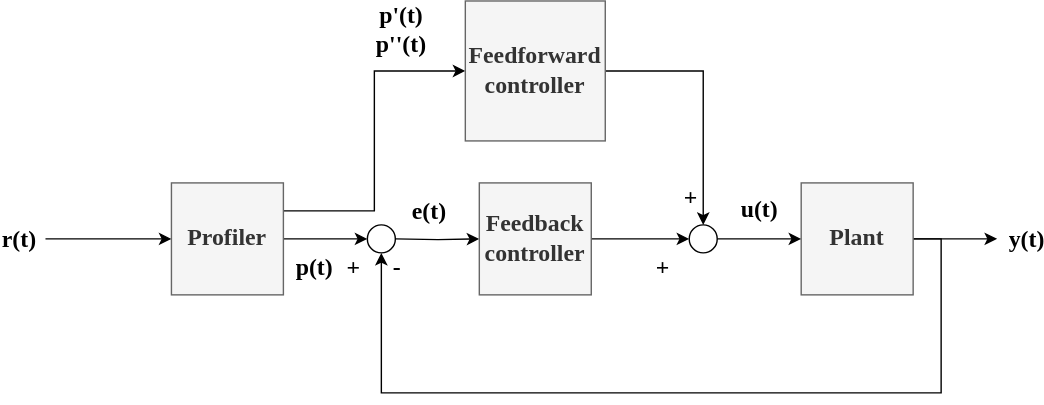
Before: source/docs/software/advanced-controls/introduction/images/control-system-basics-ctrl-plus-plant-plus-profiler.drawio.svg, a diagram exported from draw.io (wpilibsuite/frc-docs). Source tidied: cells renumbered, new cells last; positions are measured from the earlier drawing's top-left corner, leaving out a move shared by most shapes.
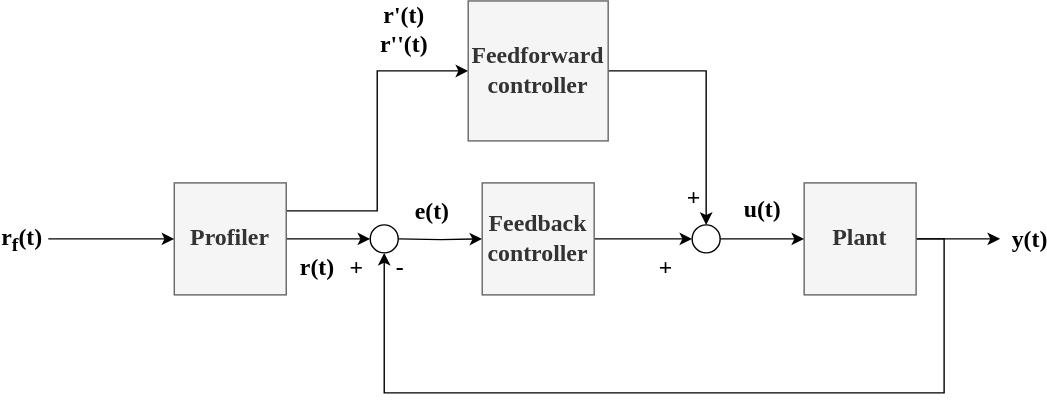
Later version of the same file.

Commit message:
reworked naming of signals

What changed in the source:
```diff
@@ -18,7 +18,7 @@
     <mxCell id="5" value="&lt;span style=&quot;color: rgba(0, 0, 0, 0); font-family: monospace; font-size: 0px; text-align: start; background-color: rgb(251, 251, 251);&quot;&gt;%3CmxGraphModel%3E%3Croot%3E%3CmxCell%20id%3D%220%22%2F%3E%3CmxCell%20id%3D%221%22%20parent%3D%220%22%2F%3E%3CmxCell%20id%3D%222%22%20value%3D%22%26lt%3Bfont%20style%3D%26quot%3Bfont-size%3A%2017px%3B%26quot%3B%26gt%3Bp(t)%26lt%3B%2Ffont%26gt%3B%22%20style%3D%22edgeLabel%3Bhtml%3D1%3Balign%3Dcenter%3BverticalAlign%3Dmiddle%3Bresizable%3D0%3Bpoints%3D%5B%5D%3BfontSize%3D17%3BfontFamily%3DTimes%20New%20Roman%3BfontStyle%3D1%22%20vertex%3D%221%22%20connectable%3D%220%22%20parent%3D%221%22%3E%3CmxGeometry%20x%3D%22300.41379310344814%22%20y%3D%22430.0000000000002%22%20as%3D%22geometry%22%2F%3E%3C%2FmxCell%3E%3C%2Froot%3E%3C%2FmxGraphModel%3E&lt;/span&gt;" style="edgeLabel;html=1;align=center;verticalAlign=middle;" parent="4" vertex="1">
       <mxGeometry x="0.56" y="-1" relative="1" as="geometry" />
     </mxCell>
-    <mxCell id="6" value="&lt;span style=&quot;font-family: &amp;quot;Times New Roman&amp;quot;; font-size: 17px; font-weight: 700;&quot;&gt;p'(t)&lt;br&gt;p''(t)&lt;/span&gt;" style="edgeLabel;html=1;align=center;verticalAlign=middle;" parent="4" vertex="1">
+    <mxCell id="6" value="&lt;span style=&quot;font-family: &amp;quot;Times New Roman&amp;quot;; font-size: 17px; font-weight: 700;&quot;&gt;r'(t)&lt;br&gt;r''(t)&lt;/span&gt;" style="edgeLabel;html=1;align=center;verticalAlign=middle;" parent="4" vertex="1">
       <mxGeometry x="0.59" y="1" relative="1" as="geometry">
         <mxPoint y="-29" as="offset" />
       </mxGeometry>
@@ -31,7 +31,7 @@
         <mxPoint x="11" y="17" as="offset" />
       </mxGeometry>
     </mxCell>
-    <mxCell id="9" value="&lt;font style=&quot;font-size: 17px;&quot;&gt;p(t)&lt;/font&gt;" style="edgeLabel;html=1;align=center;verticalAlign=middle;fontSize=17;fontFamily=Times New Roman;fontStyle=1;" parent="7" vertex="1">
+    <mxCell id="9" value="r(t)" style="edgeLabel;html=1;align=center;verticalAlign=middle;fontSize=17;fontFamily=Times New Roman;fontStyle=1;" parent="7" vertex="1">
       <mxGeometry x="-0.58" y="-1" relative="1" as="geometry">
         <mxPoint x="8" y="19" as="offset" />
       </mxGeometry>
@@ -66,7 +66,7 @@
         <mxPoint y="170" as="sourcePoint" />
       </mxGeometry>
     </mxCell>
-    <mxCell id="18" value="r(t)" style="edgeLabel;html=1;align=center;verticalAlign=middle;fontFamily=Times New Roman;fontSize=17;fontStyle=1;" parent="17" vertex="1">
+    <mxCell id="18" value="r&lt;sub&gt;f&lt;/sub&gt;(t)" style="edgeLabel;html=1;align=center;verticalAlign=middle;fontFamily=Times New Roman;fontSize=17;fontStyle=1;" parent="17" vertex="1">
       <mxGeometry x="-0.73" y="2" relative="1" as="geometry">
         <mxPoint x="-32" y="2" as="offset" />
       </mxGeometry>
```
